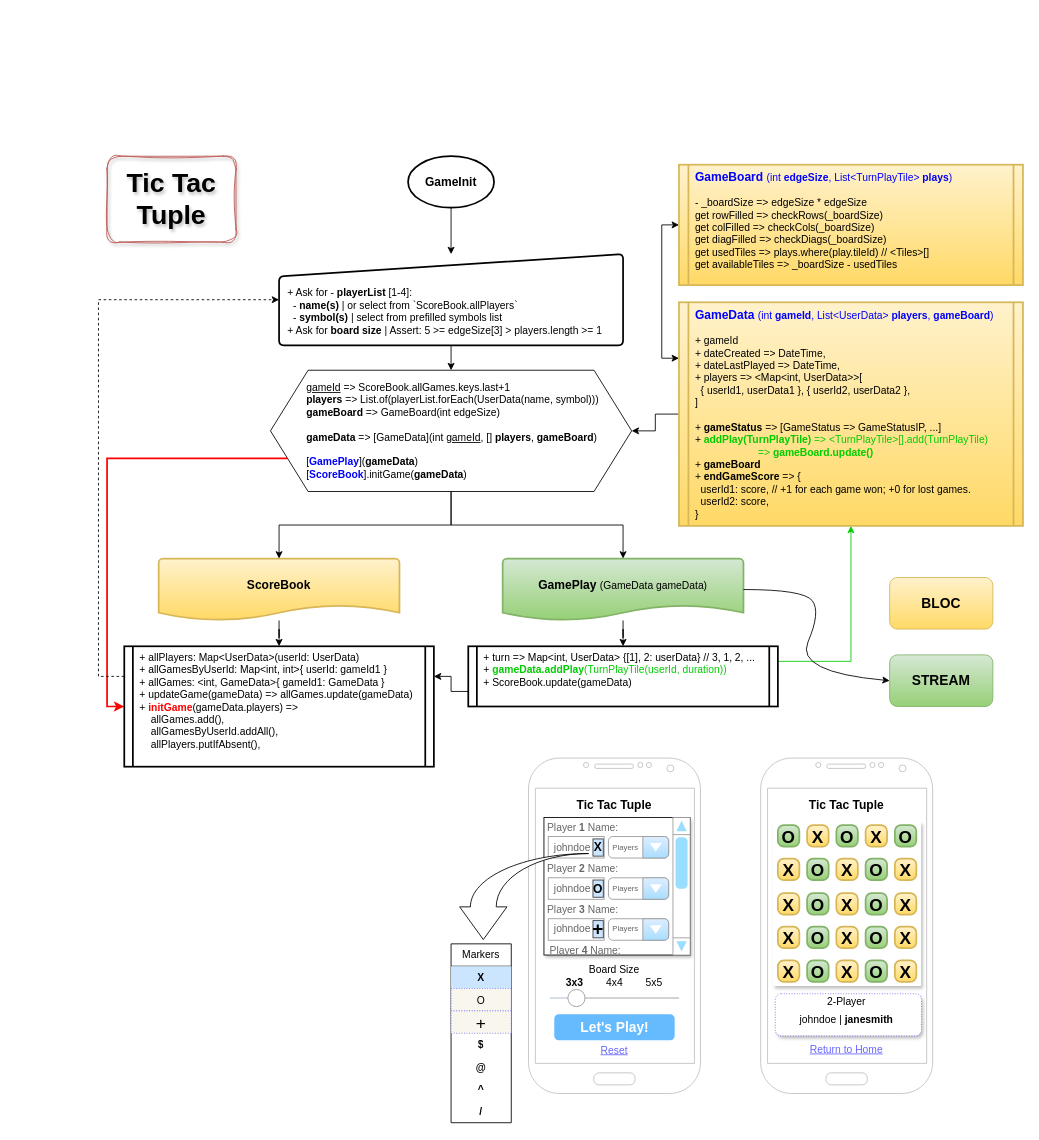
Before: tictactoe/assets/_src/devplay_tictactoe_screens.drawio in KDCinfo/dev-play, a draw.io diagram. Source tidied: cells renumbered, new cells numbered last; positions are measured from the earlier drawing's top-left corner, leaving out a move shared by most shapes. Both pictures are drawn from the tidied source at 86%, with x=0, y=0 at pixel (98, 156).
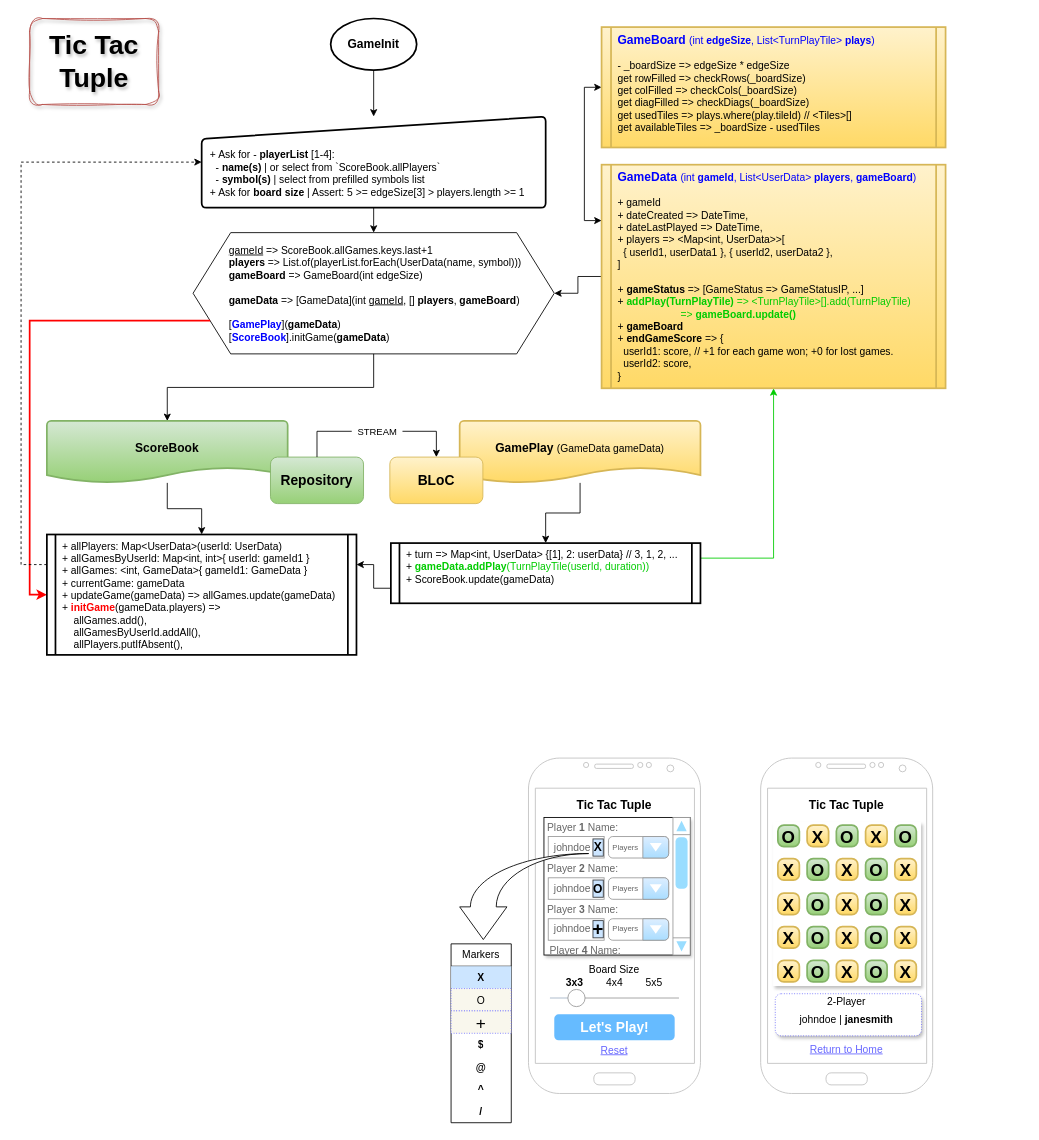
After the change.

Commit message (it also covers changes not shown here):
Updated drawio diagram: `Scorebook` is repository.

Diff of the diagram source:
```diff
@@
     <mxCell id="35" value="&lt;div&gt;&lt;u&gt;gameId&lt;/u&gt; =&amp;gt; ScoreBook.allGames.keys.last+1&lt;/div&gt;&lt;div&gt;&lt;b&gt;players&lt;/b&gt; =&amp;gt; List.of(playerList.forEach(UserData(name, symbol)))&lt;/div&gt;&lt;div&gt;&lt;b&gt;gameBoard&lt;/b&gt; =&amp;gt; GameBoard(int edgeSize)&lt;/div&gt;&lt;div&gt;&lt;br&gt;&lt;b&gt;gameData&lt;/b&gt; =&amp;gt; [GameData](int &lt;u&gt;gameId&lt;/u&gt;, [] &lt;b&gt;players&lt;/b&gt;, &lt;b&gt;gameBoard&lt;/b&gt;)&lt;/div&gt;&lt;div&gt;&lt;br&gt;[&lt;b&gt;&lt;font color=&quot;#0000ff&quot;&gt;GamePlay&lt;/font&gt;&lt;/b&gt;](&lt;b&gt;gameData&lt;/b&gt;)&lt;/div&gt;&lt;div&gt;[&lt;b&gt;&lt;font color=&quot;#0000ff&quot;&gt;ScoreBook&lt;/font&gt;&lt;/b&gt;].initGame(&lt;b&gt;gameData&lt;/b&gt;)&lt;/div&gt;" style="verticalLabelPosition=middle;verticalAlign=middle;shape=hexagon;perimeter=hexagonPerimeter2;arcSize=6;size=0.10416666666666667;html=1;labelPosition=center;align=left;spacingLeft=40;" parent="1" vertex="1">
-      <mxGeometry x="200" y="249" width="420" height="141" as="geometry" />
+      <mxGeometry x="110" y="89" width="420" height="141" as="geometry" />
     </mxCell>
@@
     <mxCell id="37" value="&lt;div&gt;+ Ask for - &lt;b&gt;playerList&lt;/b&gt; [1-4]:&lt;/div&gt;&lt;div&gt;&amp;nbsp; - &lt;b&gt;name(s)&lt;/b&gt; | or select from `ScoreBook.allPlayers`&lt;/div&gt;&lt;div&gt;&amp;nbsp; - &lt;b&gt;symbol(s)&lt;/b&gt; | select from prefilled symbols list&lt;/div&gt;&lt;div&gt;+ Ask for &lt;b&gt;board size&lt;/b&gt;&amp;nbsp;| Assert: 5 &amp;gt;= edgeSize[3] &amp;gt; players.length &amp;gt;= 1&lt;/div&gt;" style="html=1;strokeWidth=2;shape=manualInput;whiteSpace=wrap;rounded=1;size=26;arcSize=11;align=left;verticalAlign=bottom;spacingBottom=8;spacingLeft=8;spacingRight=8;" parent="1" vertex="1">
-      <mxGeometry x="210" y="114" width="400" height="106" as="geometry" />
+      <mxGeometry x="120" y="-46" width="400" height="106" as="geometry" />
     </mxCell>
@@
     <mxCell id="39" value="&lt;span style=&quot;font-weight: 700; font-size: 14px;&quot;&gt;GameInit&lt;/span&gt;" style="strokeWidth=2;html=1;shape=mxgraph.flowchart.start_1;whiteSpace=wrap;fontSize=14;" parent="1" vertex="1">
-      <mxGeometry x="360" width="100" height="60" as="geometry" />
+      <mxGeometry x="270" y="-160" width="100" height="60" as="geometry" />
     </mxCell>
@@
-    <mxCell id="41" value="ScoreBook" style="strokeWidth=2;html=1;shape=mxgraph.flowchart.document2;whiteSpace=wrap;size=0.25;fontStyle=1;fontSize=14;spacingBottom=10;spacingTop=0;fillColor=#fff2cc;gradientColor=#ffd966;strokeColor=#d6b656;" parent="1" vertex="1">
-      <mxGeometry x="70" y="468" width="280" height="72" as="geometry" />
+    <mxCell id="41" value="ScoreBook" style="strokeWidth=2;html=1;shape=mxgraph.flowchart.document2;whiteSpace=wrap;size=0.25;fontStyle=1;fontSize=14;spacingBottom=10;spacingTop=0;fillColor=#d5e8d4;gradientColor=#97d077;strokeColor=#82b366;align=center;verticalAlign=middle;fontFamily=Helvetica;fontColor=default;" parent="1" vertex="1">
+      <mxGeometry x="-60" y="308" width="280" height="72" as="geometry" />
     </mxCell>
@@
-    <mxCell id="43" value="GamePlay&lt;span style=&quot;font-weight: normal;&quot;&gt;&amp;nbsp;&lt;font style=&quot;font-size: 12px;&quot;&gt;(GameData gameData)&lt;/font&gt;&lt;/span&gt;" style="strokeWidth=2;html=1;shape=mxgraph.flowchart.document2;whiteSpace=wrap;size=0.25;fontStyle=1;fontSize=14;spacingBottom=10;spacingTop=0;fillColor=#d5e8d4;gradientColor=#97d077;strokeColor=#82b366;" parent="1" vertex="1">
-      <mxGeometry x="470" y="468" width="280" height="72" as="geometry" />
+    <mxCell id="43" value="GamePlay&lt;span style=&quot;font-weight: normal;&quot;&gt;&amp;nbsp;&lt;font style=&quot;font-size: 12px;&quot;&gt;(GameData gameData)&lt;/font&gt;&lt;/span&gt;" style="strokeWidth=2;html=1;shape=mxgraph.flowchart.document2;whiteSpace=wrap;size=0.25;fontStyle=1;fontSize=14;spacingBottom=10;spacingTop=0;fillColor=#fff2cc;gradientColor=#ffd966;strokeColor=#d6b656;align=center;verticalAlign=middle;fontFamily=Helvetica;fontColor=default;" parent="1" vertex="1">
+      <mxGeometry x="420" y="308" width="280" height="72" as="geometry" />
     </mxCell>
@@
-    <mxCell id="45" style="edgeStyle=orthogonalEdgeStyle;rounded=0;jettySize=auto;html=1;exitX=0.5;exitY=1;exitDx=0;exitDy=0;entryX=0.5;entryY=0;entryDx=0;entryDy=0;entryPerimeter=0;" parent="1" edge="1" source="35" target="43">
-      <mxGeometry relative="1" as="geometry" />
-    </mxCell>
     <mxCell id="46" style="edgeStyle=orthogonalEdgeStyle;rounded=0;jettySize=auto;html=1;exitX=0;exitY=0.75;exitDx=0;exitDy=0;entryX=0;entryY=0.5;entryDx=0;entryDy=0;strokeColor=#FF0000;strokeWidth=2;" parent="1" edge="1" source="35" target="48">
       <mxGeometry relative="1" as="geometry">
         <Array as="points">
-          <mxPoint x="10" y="351" />
-          <mxPoint x="10" y="640" />
+          <mxPoint x="-80" y="191" />
+          <mxPoint x="-80" y="510" />
         </Array>
       </mxGeometry>
     </mxCell>
     <mxCell id="47" style="edgeStyle=orthogonalEdgeStyle;rounded=0;jettySize=auto;html=1;exitX=0;exitY=0.25;exitDx=0;exitDy=0;entryX=0;entryY=0.5;entryDx=0;entryDy=0;dashed=1;" parent="1" edge="1" source="48" target="37">
       <mxGeometry relative="1" as="geometry">
         <Array as="points">
-          <mxPoint y="605" />
-          <mxPoint y="167" />
+          <mxPoint x="-90" y="475" />
+          <mxPoint x="-90" y="7" />
         </Array>
       </mxGeometry>
     </mxCell>
-    <mxCell id="48" value="&lt;div style=&quot;font-size: 12px;&quot;&gt;+ allPlayers: Map&amp;lt;UserData&amp;gt;(userId: UserData)&lt;/div&gt;&lt;div style=&quot;font-size: 12px;&quot;&gt;+ allGamesByUserId: Map&amp;lt;int, int&amp;gt;{ userId: gameId1 }&lt;/div&gt;&lt;div style=&quot;font-size: 12px;&quot;&gt;+ allGames: &amp;lt;int, GameData&amp;gt;{ gameId1: GameData }&lt;/div&gt;&lt;div style=&quot;font-size: 12px;&quot;&gt;+ updateGame(gameData) =&amp;gt; allGames.update(gameData)&lt;/div&gt;&lt;div style=&quot;font-size: 12px;&quot;&gt;+ &lt;b&gt;&lt;font color=&quot;#ff0000&quot;&gt;initGame&lt;/font&gt;&lt;/b&gt;(gameData.players) =&amp;gt;&lt;/div&gt;&lt;div style=&quot;font-size: 12px;&quot;&gt;&amp;nbsp; &amp;nbsp; allGames.add(),&lt;/div&gt;&lt;div style=&quot;font-size: 12px;&quot;&gt;&amp;nbsp; &amp;nbsp; allGamesByUserId.addAll(),&lt;/div&gt;&lt;div style=&quot;font-size: 12px;&quot;&gt;&amp;nbsp; &amp;nbsp; allPlayers.putIfAbsent(),&lt;/div&gt;" style="shape=process;html=1;backgroundOutline=1;fontSize=12;fontColor=default;strokeWidth=2;fontStyle=0;spacingBottom=10;spacingTop=0;size=0.027777777777777776;align=left;spacingLeft=6;verticalAlign=top;" parent="1" vertex="1">
-      <mxGeometry x="30" y="570" width="360" height="140" as="geometry" />
+    <mxCell id="48" value="&lt;div style=&quot;font-size: 12px;&quot;&gt;+ allPlayers: Map&amp;lt;UserData&amp;gt;(userId: UserData)&lt;/div&gt;&lt;div style=&quot;font-size: 12px;&quot;&gt;+ allGamesByUserId: Map&amp;lt;int, int&amp;gt;{ userId: gameId1 }&lt;/div&gt;&lt;div style=&quot;font-size: 12px;&quot;&gt;+ allGames: &amp;lt;int, GameData&amp;gt;{ gameId1: GameData }&lt;/div&gt;&lt;div style=&quot;font-size: 12px;&quot;&gt;+ currentGame: gameData&lt;br&gt;+ updateGame(gameData) =&amp;gt; allGames.update(gameData)&lt;/div&gt;&lt;div style=&quot;font-size: 12px;&quot;&gt;+ &lt;b&gt;&lt;font color=&quot;#ff0000&quot;&gt;initGame&lt;/font&gt;&lt;/b&gt;(gameData.players) =&amp;gt;&lt;/div&gt;&lt;div style=&quot;font-size: 12px;&quot;&gt;&amp;nbsp; &amp;nbsp; allGames.add(),&lt;/div&gt;&lt;div style=&quot;font-size: 12px;&quot;&gt;&amp;nbsp; &amp;nbsp; allGamesByUserId.addAll(),&lt;/div&gt;&lt;div style=&quot;font-size: 12px;&quot;&gt;&amp;nbsp; &amp;nbsp; allPlayers.putIfAbsent(),&lt;/div&gt;" style="shape=process;html=1;backgroundOutline=1;fontSize=12;fontColor=default;strokeWidth=2;fontStyle=0;spacingBottom=10;spacingTop=0;size=0.027777777777777776;align=left;spacingLeft=6;verticalAlign=top;" parent="1" vertex="1">
+      <mxGeometry x="-60" y="440" width="360" height="140" as="geometry" />
     </mxCell>
@@
     <mxCell id="50" value="&lt;div&gt;+ turn =&amp;gt; Map&amp;lt;int, UserData&amp;gt; {[1], 2: userData} // 3, 1, 2, ...&lt;/div&gt;&lt;div&gt;+ &lt;font color=&quot;#00cc00&quot;&gt;&lt;b&gt;gameData.addPlay&lt;/b&gt;(TurnPlayTile(userId, duration))&lt;/font&gt;&lt;/div&gt;&lt;div&gt;+ ScoreBook.update(gameData)&lt;/div&gt;" style="shape=process;whiteSpace=wrap;html=1;backgroundOutline=1;fontSize=12;fontColor=default;strokeWidth=2;fontStyle=0;spacingBottom=10;spacingTop=0;size=0.027777777777777776;strokeColor=default;align=left;verticalAlign=top;spacingLeft=6;fontFamily=Helvetica;fillColor=default;" parent="1" vertex="1">
-      <mxGeometry x="430" y="570" width="360" height="70" as="geometry" />
+      <mxGeometry x="340" y="450" width="360" height="70" as="geometry" />
     </mxCell>
     <mxCell id="51" style="edgeStyle=orthogonalEdgeStyle;rounded=0;jettySize=auto;html=1;exitX=0;exitY=0.75;exitDx=0;exitDy=0;entryX=1;entryY=0.25;entryDx=0;entryDy=0;" parent="1" edge="1" source="50" target="48">
       <mxGeometry relative="1" as="geometry">
         <Array as="points">
-          <mxPoint x="410" y="623" />
-          <mxPoint x="410" y="605" />
+          <mxPoint x="320" y="503" />
+          <mxPoint x="320" y="475" />
         </Array>
       </mxGeometry>
     </mxCell>
@@
     <mxCell id="53" value="&lt;div&gt;&lt;font color=&quot;#0000ff&quot; style=&quot;font-size: 14px;&quot;&gt;&lt;b&gt;GameData&lt;/b&gt;&amp;nbsp;&lt;/font&gt;&lt;font color=&quot;#0000ff&quot; style=&quot;font-size: 12px;&quot;&gt;(int &lt;b&gt;gameId&lt;/b&gt;, List&amp;lt;UserData&amp;gt; &lt;b&gt;players&lt;/b&gt;, &lt;b&gt;gameBoard&lt;/b&gt;)&lt;/font&gt;&lt;br&gt;&lt;br&gt;+ gameId&lt;/div&gt;&lt;div&gt;+ dateCreated =&amp;gt; DateTime,&lt;/div&gt;&lt;div&gt;+ dateLastPlayed =&amp;gt; DateTime,&lt;/div&gt;&lt;div&gt;&lt;div&gt;+ players =&amp;gt; &amp;lt;Map&amp;lt;int, UserData&amp;gt;&amp;gt;[&lt;/div&gt;&lt;div&gt;&amp;nbsp; { userId1, userData1 }, { userId2, userData2 },&lt;/div&gt;&lt;div&gt;]&lt;/div&gt;&lt;div&gt;&lt;br&gt;&lt;/div&gt;+ &lt;b&gt;gameStatus&lt;/b&gt; =&amp;gt; [GameStatus =&amp;gt; GameStatusIP, ...]&lt;/div&gt;&lt;div&gt;+ &lt;font color=&quot;#00cc00&quot;&gt;&lt;b&gt;addPlay(TurnPlayTile)&lt;/b&gt;&amp;nbsp;=&amp;gt; &amp;lt;TurnPlayTile&amp;gt;[].add(TurnPlayTile)&lt;br&gt;&amp;nbsp; &amp;nbsp; &amp;nbsp; &amp;nbsp; &amp;nbsp; &amp;nbsp; &amp;nbsp; &amp;nbsp; &amp;nbsp; &amp;nbsp; &amp;nbsp; =&amp;gt; &lt;b&gt;gameBoard.update()&lt;/b&gt;&lt;/font&gt;&lt;/div&gt;&lt;div&gt;&lt;span style=&quot;background-color: initial;&quot;&gt;+ &lt;/span&gt;&lt;b style=&quot;background-color: initial;&quot;&gt;gameBoard&lt;/b&gt;&lt;br&gt;&lt;/div&gt;&lt;div&gt;+ &lt;b&gt;endGameScore&lt;/b&gt; =&amp;gt; {&lt;/div&gt;&lt;div&gt;&amp;nbsp; userId1: score, // +1 for each game won; +0 for lost games.&lt;/div&gt;&lt;div&gt;&amp;nbsp; userId2: score,&lt;/div&gt;&lt;div&gt;}&lt;/div&gt;" style="shape=process;html=1;backgroundOutline=1;fontSize=12;strokeWidth=2;fontStyle=0;spacingBottom=10;spacingTop=0;size=0.027777777777777776;strokeColor=#d6b656;align=left;verticalAlign=top;spacingLeft=6;fontFamily=Helvetica;fillColor=#fff2cc;gradientColor=#ffd966;" parent="1" vertex="1">
-      <mxGeometry x="675" y="170" width="400" height="260" as="geometry" />
+      <mxGeometry x="585" y="10" width="400" height="260" as="geometry" />
     </mxCell>
@@
     <mxCell id="55" value="&lt;font color=&quot;#0000ff&quot; style=&quot;font-size: 14px;&quot;&gt;&lt;b&gt;GameBoard&lt;/b&gt;&amp;nbsp;&lt;/font&gt;&lt;font color=&quot;#0000ff&quot; style=&quot;font-size: 12px;&quot;&gt;(int &lt;b&gt;edgeSize&lt;/b&gt;, List&amp;lt;TurnPlayTile&amp;gt; &lt;b&gt;plays&lt;/b&gt;)&lt;/font&gt;&lt;br&gt;&lt;br&gt;&lt;div&gt;- _boardSize =&amp;gt; edgeSize * edgeSize&lt;/div&gt;&lt;div&gt;get rowFilled =&amp;gt; checkRows(_boardSize)&lt;/div&gt;&lt;div&gt;get colFilled =&amp;gt; checkCols(_boardSize)&lt;/div&gt;&lt;div&gt;get diagFilled =&amp;gt; checkDiags(_boardSize)&lt;/div&gt;&lt;div&gt;get usedTiles =&amp;gt; plays.where(play.tileId) // &amp;lt;Tiles&amp;gt;[]&lt;/div&gt;&lt;div&gt;get availableTiles =&amp;gt; _boardSize - usedTiles&lt;/div&gt;" style="shape=process;html=1;backgroundOutline=1;fontSize=12;strokeWidth=2;fontStyle=0;spacingBottom=10;spacingTop=0;size=0.027777777777777776;strokeColor=#d6b656;align=left;verticalAlign=top;spacingLeft=6;fontFamily=Helvetica;fillColor=#fff2cc;gradientColor=#ffd966;" parent="1" vertex="1">
-      <mxGeometry x="675" y="10" width="400" height="140" as="geometry" />
+      <mxGeometry x="585" y="-150" width="400" height="140" as="geometry" />
     </mxCell>
     <mxCell id="56" value="Tic Tac Tuple" style="text;html=1;align=center;verticalAlign=middle;whiteSpace=wrap;rounded=1;fontSize=31;fontStyle=1;fillColor=none;strokeColor=#b85450;gradientColor=#ea6b66;glass=1;shadow=1;sketch=1;curveFitting=1;jiggle=2;textShadow=1;labelBorderColor=none;" parent="1" vertex="1">
-      <mxGeometry x="10" width="150" height="100" as="geometry" />
+      <mxGeometry x="-80" y="-160" width="150" height="100" as="geometry" />
     </mxCell>
-    <mxCell id="57" style="curved=1;endArrow=classic;html=1;rounded=0;exitX=1;exitY=0.5;exitDx=0;exitDy=0;exitPerimeter=0;entryX=0;entryY=0.5;entryDx=0;entryDy=0;" parent="1" edge="1" source="43" target="58">
-      <mxGeometry relative="1" as="geometry">
-        <Array as="points">
-          <mxPoint x="820" y="504" />
-          <mxPoint x="840" y="530" />
-          <mxPoint x="810" y="600" />
-        </Array>
-      </mxGeometry>
-    </mxCell>
-    <mxCell id="58" value="STREAM" style="rounded=1;whiteSpace=wrap;html=1;fontStyle=1;fontSize=16;fillColor=#d5e8d4;gradientColor=#97d077;strokeColor=#82b366;" parent="1" vertex="1">
-      <mxGeometry x="920" y="580" width="120" height="60" as="geometry" />
-    </mxCell>
-    <mxCell id="59" value="BLOC" style="rounded=1;whiteSpace=wrap;html=1;fontStyle=1;fontSize=16;fillColor=#fff2cc;gradientColor=#ffd966;strokeColor=#d6b656;" parent="1" vertex="1">
-      <mxGeometry x="920" y="490" width="120" height="60" as="geometry" />
-    </mxCell>
@@
+    <mxCell id="58" value="Repository" style="rounded=1;whiteSpace=wrap;html=1;fontStyle=1;fontSize=16;fillColor=#d5e8d4;gradientColor=#97d077;strokeColor=#82b366;" parent="1" vertex="1">
+      <mxGeometry x="200" y="350" width="108.2" height="54.1" as="geometry" />
+    </mxCell>
+    <mxCell id="59" value="BLoC" style="rounded=1;whiteSpace=wrap;html=1;fontStyle=1;fontSize=16;fillColor=#fff2cc;gradientColor=#ffd966;strokeColor=#d6b656;" parent="1" vertex="1">
+      <mxGeometry x="338.8" y="350" width="108.2" height="54.1" as="geometry" />
+    </mxCell>
+    <mxCell id="93" style="edgeStyle=orthogonalEdgeStyle;rounded=0;jettySize=auto;html=1;exitX=0.5;exitY=0;exitDx=0;exitDy=0;entryX=0.5;entryY=0;entryDx=0;entryDy=0;" parent="1" edge="1" source="58" target="59">
+      <mxGeometry relative="1" as="geometry">
+        <Array as="points">
+          <mxPoint x="254" y="320" />
+          <mxPoint x="393" y="320" />
+        </Array>
+      </mxGeometry>
+    </mxCell>
+    <mxCell id="94" value="&amp;nbsp; STREAM&amp;nbsp;&amp;nbsp;" style="edgeLabel;html=1;align=center;verticalAlign=middle;spacingLeft=0;" parent="93" vertex="1">
+      <mxGeometry relative="1" as="geometry" />
+    </mxCell>
```
